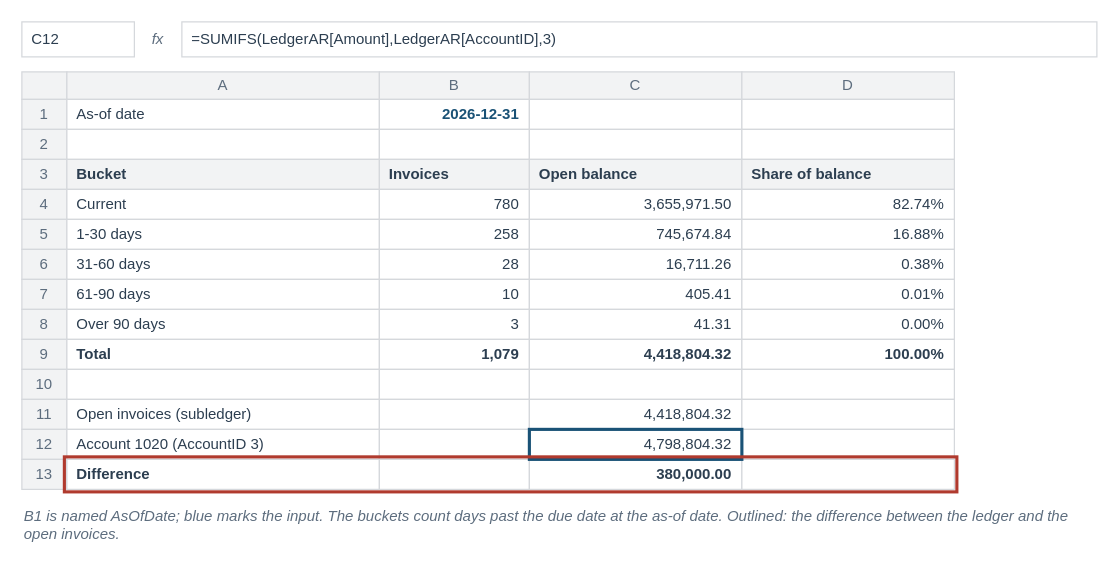
This is visuals/src/fig-08-05-ar-aging-reconciliation.drawio from mmcodesso/Accounting_Analytics_Book, a draw.io file, before an edit. Source tidied: cells renumbered, new cells numbered last; positions are measured from the earlier drawing's top-left corner, leaving out a move shared by most shapes. Both pictures are drawn from the tidied source at 125%, with x=0, y=0 at pixel (21, 21).
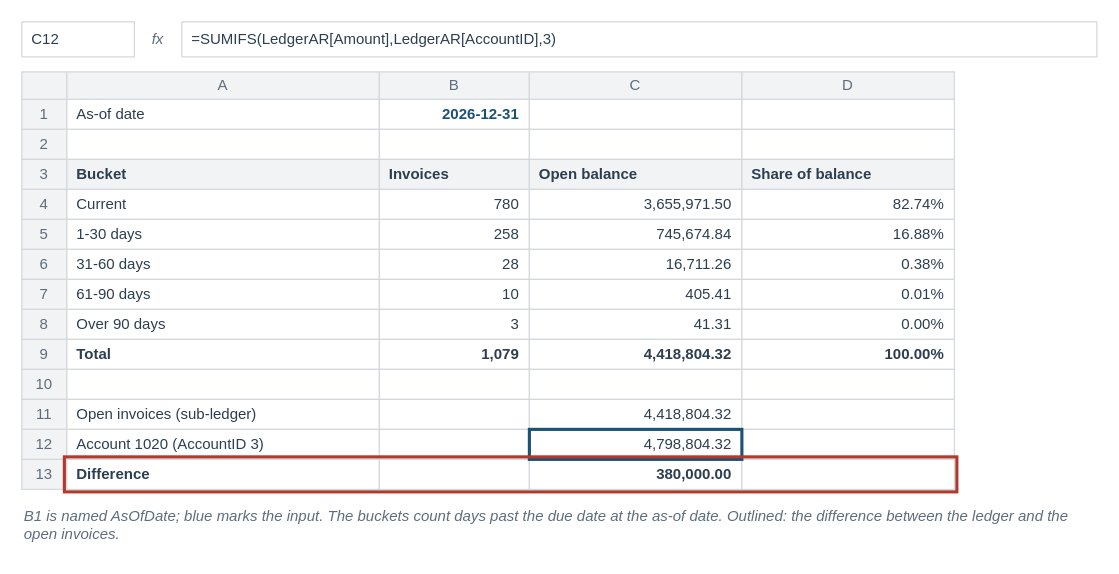
The same page after the edit.

The edit, as a diff of the source:
```diff
@@
-    <mxCell id="62" value="Open invoices (subledger)" style="rounded=0;arcSize=6;whiteSpace=wrap;html=1;fillColor=#FFFFFF;strokeColor=#D5D8DC;strokeWidth=1;fontColor=#2C3E50;fontSize=12;fontStyle=0;align=left;verticalAlign=middle;fontFamily=Helvetica;spacingLeft=6;spacingRight=6;" parent="1" vertex="1">
+    <mxCell id="62" value="Open invoices (sub-ledger)" style="rounded=0;arcSize=6;whiteSpace=wrap;html=1;fillColor=#FFFFFF;strokeColor=#D5D8DC;strokeWidth=1;fontColor=#2C3E50;fontSize=12;fontStyle=0;align=left;verticalAlign=middle;fontFamily=Helvetica;spacingLeft=6;spacingRight=6;" parent="1" vertex="1">
       <mxGeometry x="36" y="302" width="250" height="24" as="geometry" />
     </mxCell>
```
